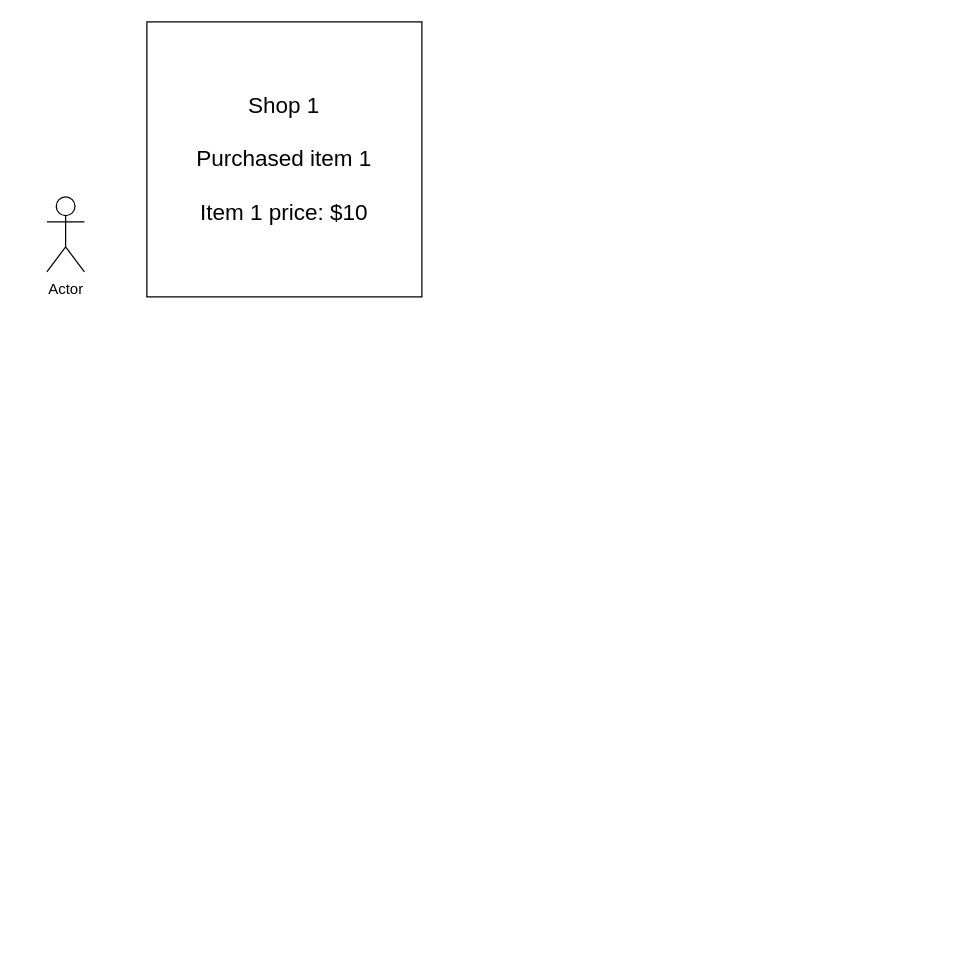
Earlier version of the draw.io diagram Design/Credit Points.drawio (sijan-acharya1/Credit-Points). Source tidied: cells renumbered, new cells numbered last; positions are measured from the earlier drawing's top-left corner, leaving out a move shared by most shapes. Both pictures are drawn from the tidied source at 125%, with x=0, y=0 at pixel (46, 21).
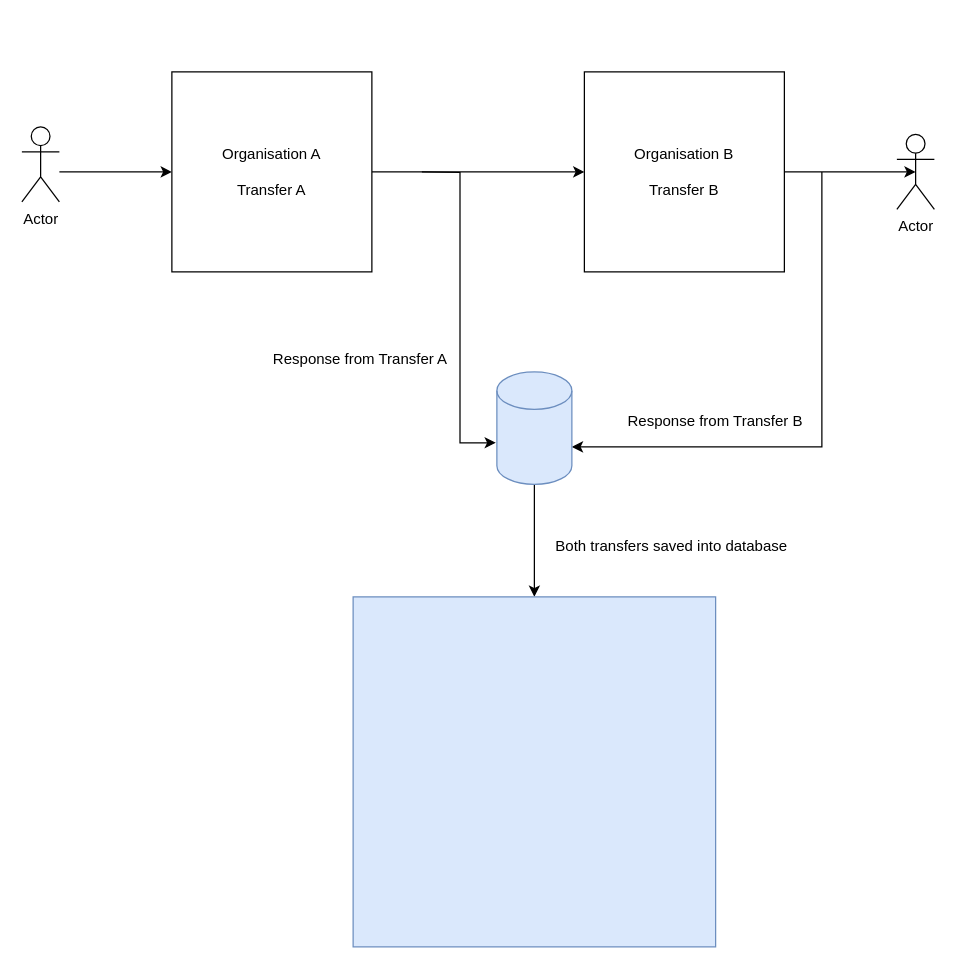
The same diagram, later.

The edit, as a diff of the source:
```diff
@@
+    <mxCell id="4" style="edgeStyle=orthogonalEdgeStyle;rounded=0;jettySize=auto;html=1;entryX=0;entryY=0.5;entryDx=0;entryDy=0;" parent="1" edge="1" source="2" target="3">
+      <mxGeometry relative="1" as="geometry">
+        <Array as="points">
+          <mxPoint x="30" y="120" />
+          <mxPoint x="30" y="120" />
+        </Array>
+      </mxGeometry>
+    </mxCell>
     <mxCell id="2" value="Actor" style="shape=umlActor;verticalLabelPosition=bottom;verticalAlign=top;html=1;outlineConnect=0;" parent="1" vertex="1">
-      <mxGeometry y="140" width="30" height="60" as="geometry" />
+      <mxGeometry x="-20" y="84" width="30" height="60" as="geometry" />
     </mxCell>
+    <mxCell id="5" style="edgeStyle=orthogonalEdgeStyle;rounded=0;jettySize=auto;html=1;exitX=1;exitY=0.5;exitDx=0;exitDy=0;entryX=0;entryY=0.5;entryDx=0;entryDy=0;" parent="1" edge="1" source="3" target="6">
+      <mxGeometry relative="1" as="geometry" />
+    </mxCell>
-    <mxCell id="3" value="&lt;font style=&quot;font-size: 18px;&quot;&gt;Shop 1&lt;/font&gt;&lt;div&gt;&lt;font style=&quot;font-size: 18px;&quot;&gt;&lt;br&gt;&lt;/font&gt;&lt;/div&gt;&lt;div&gt;&lt;span style=&quot;font-size: 18px;&quot;&gt;Purchased item 1&lt;/span&gt;&lt;/div&gt;&lt;div&gt;&lt;span style=&quot;font-size: 18px;&quot;&gt;&lt;br&gt;&lt;/span&gt;&lt;/div&gt;&lt;div&gt;&lt;span style=&quot;font-size: 18px;&quot;&gt;Item 1 price: $10&lt;/span&gt;&lt;/div&gt;" style="whiteSpace=wrap;html=1;" parent="1" vertex="1">
-      <mxGeometry x="80" width="220" height="220" as="geometry" />
+    <mxCell id="3" value="Organisation A&lt;div&gt;&lt;br&gt;&lt;/div&gt;&lt;div&gt;Transfer A&lt;/div&gt;" style="whiteSpace=wrap;html=1;" parent="1" vertex="1">
+      <mxGeometry x="100" y="40" width="160" height="160" as="geometry" />
     </mxCell>
+    <mxCell id="6" value="Organisation B&lt;div&gt;&lt;br&gt;&lt;/div&gt;&lt;div&gt;Transfer B&lt;/div&gt;" style="whiteSpace=wrap;html=1;" parent="1" vertex="1">
+      <mxGeometry x="430" y="40" width="160" height="160" as="geometry" />
+    </mxCell>
+    <mxCell id="7" style="edgeStyle=orthogonalEdgeStyle;rounded=0;jettySize=auto;html=1;exitX=0;exitY=0;exitDx=0;exitDy=60;exitPerimeter=0;entryX=-0.014;entryY=0.63;entryDx=0;entryDy=0;entryPerimeter=0;" parent="1" edge="1" target="10">
+      <mxGeometry relative="1" as="geometry">
+        <mxPoint x="300" y="120" as="sourcePoint" />
+      </mxGeometry>
+    </mxCell>
+    <mxCell id="8" style="edgeStyle=orthogonalEdgeStyle;rounded=0;jettySize=auto;html=1;exitX=1;exitY=0;exitDx=0;exitDy=60;exitPerimeter=0;entryX=1;entryY=0;entryDx=0;entryDy=60;entryPerimeter=0;" parent="1" edge="1" target="10">
+      <mxGeometry relative="1" as="geometry">
+        <mxPoint x="620" y="120" as="sourcePoint" />
+        <Array as="points">
+          <mxPoint x="620" y="340" />
+        </Array>
+      </mxGeometry>
+    </mxCell>
+    <mxCell id="9" style="edgeStyle=orthogonalEdgeStyle;rounded=0;jettySize=auto;html=1;exitX=0.5;exitY=1;exitDx=0;exitDy=0;exitPerimeter=0;entryX=0.5;entryY=0;entryDx=0;entryDy=0;" parent="1" edge="1" source="10" target="13">
+      <mxGeometry relative="1" as="geometry" />
+    </mxCell>
+    <mxCell id="10" style="shape=cylinder3;whiteSpace=wrap;html=1;boundedLbl=1;backgroundOutline=1;size=15;fillColor=#dae8fc;strokeColor=#6c8ebf;" parent="1" vertex="1">
+      <mxGeometry x="360" y="280" width="60" height="90" as="geometry" />
+    </mxCell>
+    <mxCell id="11" value="Actor" style="shape=umlActor;verticalLabelPosition=bottom;verticalAlign=top;html=1;outlineConnect=0;" parent="1" vertex="1">
+      <mxGeometry x="680" y="90" width="30" height="60" as="geometry" />
+    </mxCell>
+    <mxCell id="12" style="edgeStyle=orthogonalEdgeStyle;rounded=0;jettySize=auto;html=1;exitX=1;exitY=0.5;exitDx=0;exitDy=0;entryX=0.5;entryY=0.5;entryDx=0;entryDy=0;entryPerimeter=0;" parent="1" edge="1" source="6" target="11">
+      <mxGeometry relative="1" as="geometry" />
+    </mxCell>
+    <mxCell id="13" style="rounded=0;whiteSpace=wrap;html=1;fillColor=#dae8fc;strokeColor=#6c8ebf;align=center;" parent="1" vertex="1">
+      <mxGeometry x="245" y="460" width="290" height="280" as="geometry" />
+    </mxCell>
+    <mxCell id="14" value="Response from Transfer A" style="text;html=1;align=center;verticalAlign=middle;whiteSpace=wrap;rounded=0;" parent="1" vertex="1">
+      <mxGeometry x="176" y="250" width="150" height="40" as="geometry" />
+    </mxCell>
+    <mxCell id="15" value="Response from Transfer B" style="text;html=1;align=center;verticalAlign=middle;whiteSpace=wrap;rounded=0;" parent="1" vertex="1">
+      <mxGeometry x="460" y="300" width="150" height="40" as="geometry" />
+    </mxCell>
+    <mxCell id="16" value="Both transfers saved into database" style="text;html=1;align=center;verticalAlign=middle;whiteSpace=wrap;rounded=0;" parent="1" vertex="1">
+      <mxGeometry x="390" y="400" width="220" height="40" as="geometry" />
+    </mxCell>
```
